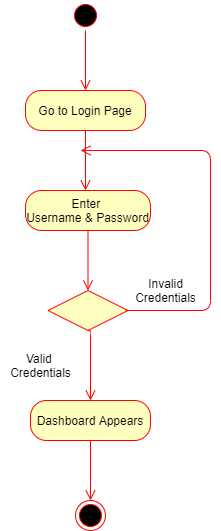
The draw.io diagram Diagrams/Activity Diagrams FINAL/AC_01_Login.png in kkasharaj17/SE-project, before a commit. Source tidied: cells renumbered, new cells last; positions are measured from the earlier drawing's top-left corner, leaving out a move shared by most shapes. Its diagram source:
```xml
<mxGraphModel>
  <root>
    <mxCell id="0" />
    <mxCell id="1" parent="0" />
    <mxCell id="2" style="ellipse;html=1;shape=startState;fillColor=#000000;strokeColor=#ff0000;" parent="1" vertex="1">
      <mxGeometry x="70" width="30" height="30" as="geometry" />
    </mxCell>
    <mxCell id="3" style="edgeStyle=orthogonalEdgeStyle;html=1;verticalAlign=bottom;endArrow=open;endSize=8;strokeColor=#ff0000;" parent="1" edge="1" source="2">
      <mxGeometry relative="1" as="geometry">
        <mxPoint x="85" y="90" as="targetPoint" />
      </mxGeometry>
    </mxCell>
    <mxCell id="4" value="Go to Login Page" style="rounded=1;whiteSpace=wrap;html=1;arcSize=40;fontColor=#000000;fillColor=#ffffc0;strokeColor=#ff0000;" parent="1" vertex="1">
      <mxGeometry x="25" y="90" width="120" height="40" as="geometry" />
    </mxCell>
    <mxCell id="5" style="edgeStyle=orthogonalEdgeStyle;html=1;verticalAlign=bottom;endArrow=open;endSize=8;strokeColor=#ff0000;" parent="1" edge="1" source="4">
      <mxGeometry relative="1" as="geometry">
        <mxPoint x="85" y="190" as="targetPoint" />
      </mxGeometry>
    </mxCell>
    <mxCell id="6" value="Enter&amp;nbsp;&lt;br&gt;Username &amp;amp; Password" style="rounded=1;whiteSpace=wrap;html=1;arcSize=40;fontColor=#000000;fillColor=#ffffc0;strokeColor=#ff0000;" parent="1" vertex="1">
      <mxGeometry x="25" y="190" width="125" height="40" as="geometry" />
    </mxCell>
    <mxCell id="7" style="edgeStyle=orthogonalEdgeStyle;html=1;verticalAlign=bottom;endArrow=open;endSize=8;strokeColor=#ff0000;entryX=0.5;entryY=0;entryDx=0;entryDy=0;" parent="1" edge="1" source="6" target="8">
      <mxGeometry relative="1" as="geometry" />
    </mxCell>
    <mxCell id="8" style="rhombus;whiteSpace=wrap;html=1;fillColor=#ffffc0;strokeColor=#ff0000;" parent="1" vertex="1">
      <mxGeometry x="47.5" y="290" width="80" height="40" as="geometry" />
    </mxCell>
    <mxCell id="9" style="edgeStyle=orthogonalEdgeStyle;html=1;align=left;verticalAlign=top;endArrow=open;endSize=8;strokeColor=#ff0000;exitX=0.5;exitY=1;exitDx=0;exitDy=0;" parent="1" edge="1" source="8">
      <mxGeometry x="1" y="94" relative="1" as="geometry">
        <mxPoint x="90" y="400" as="targetPoint" />
        <Array as="points">
          <mxPoint x="90" y="330" />
        </Array>
        <mxPoint x="-44" y="80" as="offset" />
      </mxGeometry>
    </mxCell>
    <mxCell id="10" style="edgeStyle=orthogonalEdgeStyle;html=1;verticalAlign=bottom;endArrow=open;endSize=8;strokeColor=#ff0000;" parent="1" edge="1">
      <mxGeometry relative="1" as="geometry">
        <mxPoint x="125" y="310" as="sourcePoint" />
        <mxPoint x="80" y="150" as="targetPoint" />
        <Array as="points">
          <mxPoint x="210" y="310" />
          <mxPoint x="210" y="150" />
          <mxPoint x="80" y="150" />
        </Array>
      </mxGeometry>
    </mxCell>
    <mxCell id="11" value="Valid &lt;br&gt;Credentials" style="text;html=1;align=center;verticalAlign=middle;" parent="1" vertex="1">
      <mxGeometry y="350" width="80" height="30" as="geometry" />
    </mxCell>
    <mxCell id="12" value="Invalid&lt;br&gt;Credentials" style="text;html=1;align=center;verticalAlign=middle;" parent="1" vertex="1">
      <mxGeometry x="125" y="275" width="80" height="30" as="geometry" />
    </mxCell>
    <mxCell id="13" value="Dashboard Appears" style="rounded=1;whiteSpace=wrap;html=1;arcSize=40;fontColor=#000000;fillColor=#ffffc0;strokeColor=#ff0000;" parent="1" vertex="1">
      <mxGeometry x="30" y="400" width="120" height="40" as="geometry" />
    </mxCell>
    <mxCell id="14" style="edgeStyle=orthogonalEdgeStyle;html=1;verticalAlign=bottom;endArrow=open;endSize=8;strokeColor=#ff0000;" parent="1" edge="1" source="13">
      <mxGeometry relative="1" as="geometry">
        <mxPoint x="90" y="500" as="targetPoint" />
      </mxGeometry>
    </mxCell>
    <mxCell id="15" style="ellipse;html=1;shape=endState;fillColor=#000000;strokeColor=#ff0000;" parent="1" vertex="1">
      <mxGeometry x="75" y="500" width="30" height="30" as="geometry" />
    </mxCell>
  </root>
</mxGraphModel>
```
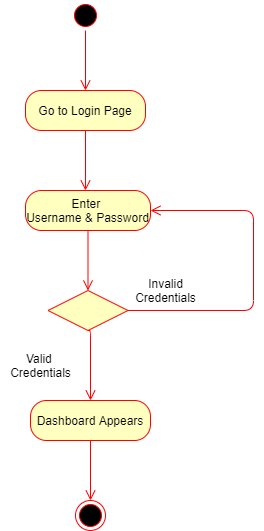
Above is the later version.

Change to the diagram source:
```diff
@@ -36,14 +36,12 @@
         <mxPoint x="-44" y="80" as="offset" />
       </mxGeometry>
     </mxCell>
-    <mxCell id="10" style="edgeStyle=orthogonalEdgeStyle;html=1;verticalAlign=bottom;endArrow=open;endSize=8;strokeColor=#ff0000;" parent="1" edge="1">
+    <mxCell id="10" style="edgeStyle=orthogonalEdgeStyle;html=1;verticalAlign=bottom;endArrow=open;endSize=8;strokeColor=#ff0000;entryX=1;entryY=0.5;entryDx=0;entryDy=0;" parent="1" edge="1" target="6">
       <mxGeometry relative="1" as="geometry">
-        <mxPoint x="125" y="310" as="sourcePoint" />
-        <mxPoint x="80" y="150" as="targetPoint" />
+        <mxPoint x="127.5" y="310" as="sourcePoint" />
         <Array as="points">
-          <mxPoint x="210" y="310" />
-          <mxPoint x="210" y="150" />
-          <mxPoint x="80" y="150" />
+          <mxPoint x="253" y="310" />
+          <mxPoint x="253" y="210" />
         </Array>
       </mxGeometry>
     </mxCell>
```
